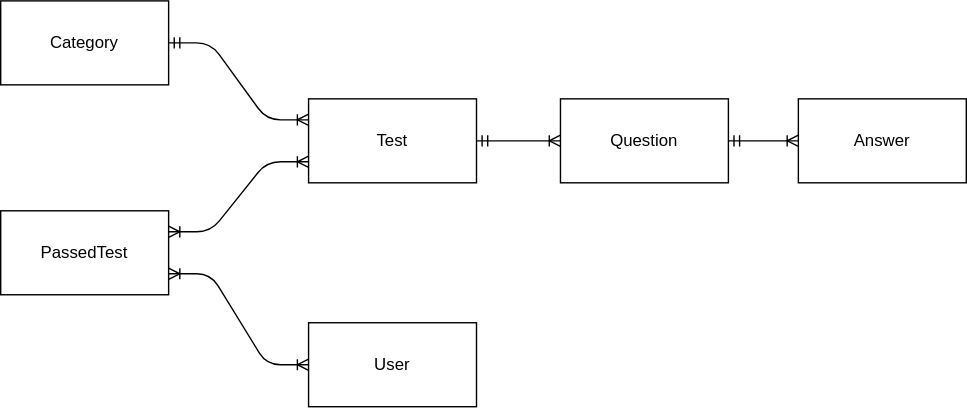
Earlier version of the draw.io export img/ER-diagram-test-guru.svg (kopo4eweb/media-for-wiki). Source tidied: cells renumbered, new cells last; positions are measured from the earlier drawing's top-left corner, leaving out a move shared by most shapes. Its diagram source:
```xml
<mxGraphModel>
  <root>
    <mxCell id="0" />
    <mxCell id="1" parent="0" />
    <mxCell id="2" value="Category" style="rounded=0;whiteSpace=wrap;html=1;" parent="1" vertex="1">
      <mxGeometry width="120" height="60" as="geometry" />
    </mxCell>
    <mxCell id="3" value="Answer" style="rounded=0;whiteSpace=wrap;html=1;" parent="1" vertex="1">
      <mxGeometry x="570" y="70" width="120" height="60" as="geometry" />
    </mxCell>
    <mxCell id="4" value="Test" style="rounded=0;whiteSpace=wrap;html=1;" parent="1" vertex="1">
      <mxGeometry x="220" y="70" width="120" height="60" as="geometry" />
    </mxCell>
    <mxCell id="5" value="User" style="rounded=0;whiteSpace=wrap;html=1;" parent="1" vertex="1">
      <mxGeometry x="220" y="230" width="120" height="60" as="geometry" />
    </mxCell>
    <mxCell id="6" value="Question" style="rounded=0;whiteSpace=wrap;html=1;" parent="1" vertex="1">
      <mxGeometry x="400" y="70" width="120" height="60" as="geometry" />
    </mxCell>
    <mxCell id="7" value="PassedTest" style="rounded=0;whiteSpace=wrap;html=1;" parent="1" vertex="1">
      <mxGeometry y="150" width="120" height="60" as="geometry" />
    </mxCell>
    <mxCell id="8" style="edgeStyle=entityRelationEdgeStyle;fontSize=12;html=1;endArrow=ERoneToMany;startArrow=ERoneToMany;exitX=1;exitY=0.25;exitDx=0;exitDy=0;entryX=0;entryY=0.75;entryDx=0;entryDy=0;" parent="1" edge="1" source="7" target="4">
      <mxGeometry relative="1" as="geometry" />
    </mxCell>
    <mxCell id="9" style="edgeStyle=entityRelationEdgeStyle;fontSize=12;html=1;endArrow=ERoneToMany;startArrow=ERoneToMany;entryX=0;entryY=0.5;entryDx=0;entryDy=0;exitX=1;exitY=0.75;exitDx=0;exitDy=0;" parent="1" edge="1" source="7" target="5">
      <mxGeometry relative="1" as="geometry" />
    </mxCell>
    <mxCell id="10" style="edgeStyle=entityRelationEdgeStyle;fontSize=12;html=1;endArrow=ERoneToMany;startArrow=ERmandOne;entryX=0;entryY=0.25;entryDx=0;entryDy=0;" parent="1" edge="1" source="2" target="4">
      <mxGeometry relative="1" as="geometry" />
    </mxCell>
    <mxCell id="11" style="edgeStyle=entityRelationEdgeStyle;fontSize=12;html=1;endArrow=ERoneToMany;startArrow=ERmandOne;" parent="1" edge="1" target="6">
      <mxGeometry relative="1" as="geometry">
        <mxPoint x="340" y="100" as="sourcePoint" />
      </mxGeometry>
    </mxCell>
    <mxCell id="12" style="edgeStyle=entityRelationEdgeStyle;fontSize=12;html=1;endArrow=ERoneToMany;startArrow=ERmandOne;entryX=0;entryY=0.5;entryDx=0;entryDy=0;exitX=1;exitY=0.5;exitDx=0;exitDy=0;" parent="1" edge="1" source="6" target="3">
      <mxGeometry relative="1" as="geometry" />
    </mxCell>
  </root>
</mxGraphModel>
```
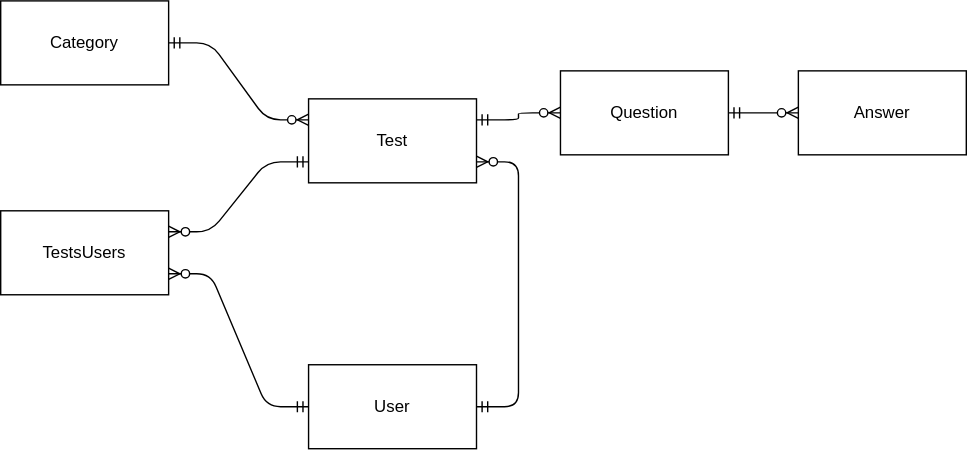
Later version of the same file.

Commit message:
Upd: ER-diagram

What changed in the source:
```diff
@@ -6,36 +6,37 @@
       <mxGeometry width="120" height="60" as="geometry" />
     </mxCell>
     <mxCell id="3" value="Answer" style="rounded=0;whiteSpace=wrap;html=1;" parent="1" vertex="1">
-      <mxGeometry x="570" y="70" width="120" height="60" as="geometry" />
+      <mxGeometry x="570" y="50" width="120" height="60" as="geometry" />
     </mxCell>
     <mxCell id="4" value="Test" style="rounded=0;whiteSpace=wrap;html=1;" parent="1" vertex="1">
       <mxGeometry x="220" y="70" width="120" height="60" as="geometry" />
     </mxCell>
     <mxCell id="5" value="User" style="rounded=0;whiteSpace=wrap;html=1;" parent="1" vertex="1">
-      <mxGeometry x="220" y="230" width="120" height="60" as="geometry" />
+      <mxGeometry x="220" y="260" width="120" height="60" as="geometry" />
     </mxCell>
     <mxCell id="6" value="Question" style="rounded=0;whiteSpace=wrap;html=1;" parent="1" vertex="1">
-      <mxGeometry x="400" y="70" width="120" height="60" as="geometry" />
+      <mxGeometry x="400" y="50" width="120" height="60" as="geometry" />
     </mxCell>
-    <mxCell id="7" value="PassedTest" style="rounded=0;whiteSpace=wrap;html=1;" parent="1" vertex="1">
+    <mxCell id="7" value="TestsUsers" style="rounded=0;whiteSpace=wrap;html=1;" parent="1" vertex="1">
       <mxGeometry y="150" width="120" height="60" as="geometry" />
     </mxCell>
-    <mxCell id="8" style="edgeStyle=entityRelationEdgeStyle;fontSize=12;html=1;endArrow=ERoneToMany;startArrow=ERoneToMany;exitX=1;exitY=0.25;exitDx=0;exitDy=0;entryX=0;entryY=0.75;entryDx=0;entryDy=0;" parent="1" edge="1" source="7" target="4">
-      <mxGeometry relative="1" as="geometry" />
-    </mxCell>
-    <mxCell id="9" style="edgeStyle=entityRelationEdgeStyle;fontSize=12;html=1;endArrow=ERoneToMany;startArrow=ERoneToMany;entryX=0;entryY=0.5;entryDx=0;entryDy=0;exitX=1;exitY=0.75;exitDx=0;exitDy=0;" parent="1" edge="1" source="7" target="5">
-      <mxGeometry relative="1" as="geometry" />
-    </mxCell>
-    <mxCell id="10" style="edgeStyle=entityRelationEdgeStyle;fontSize=12;html=1;endArrow=ERoneToMany;startArrow=ERmandOne;entryX=0;entryY=0.25;entryDx=0;entryDy=0;" parent="1" edge="1" source="2" target="4">
+    <mxCell id="10" style="edgeStyle=entityRelationEdgeStyle;fontSize=12;html=1;endArrow=ERzeroToMany;startArrow=ERmandOne;exitX=1;exitY=0.5;exitDx=0;exitDy=0;entryX=0;entryY=0.25;entryDx=0;entryDy=0;" parent="1" edge="1" source="2" target="4">
       <mxGeometry relative="1" as="geometry" />
     </mxCell>
-    <mxCell id="11" style="edgeStyle=entityRelationEdgeStyle;fontSize=12;html=1;endArrow=ERoneToMany;startArrow=ERmandOne;" parent="1" edge="1" target="6">
-      <mxGeometry relative="1" as="geometry">
-        <mxPoint x="340" y="100" as="sourcePoint" />
-      </mxGeometry>
-    </mxCell>
+    <mxCell id="13" style="edgeStyle=entityRelationEdgeStyle;fontSize=12;html=1;endArrow=ERzeroToMany;startArrow=ERmandOne;entryX=0;entryY=0.5;entryDx=0;entryDy=0;exitX=1;exitY=0.25;exitDx=0;exitDy=0;" parent="1" edge="1" source="4" target="6">
+      <mxGeometry relative="1" as="geometry" />
+    </mxCell>
-    <mxCell id="12" style="edgeStyle=entityRelationEdgeStyle;fontSize=12;html=1;endArrow=ERoneToMany;startArrow=ERmandOne;entryX=0;entryY=0.5;entryDx=0;entryDy=0;exitX=1;exitY=0.5;exitDx=0;exitDy=0;" parent="1" edge="1" source="6" target="3">
+    <mxCell id="12" style="edgeStyle=entityRelationEdgeStyle;fontSize=12;html=1;endArrow=ERzeroToMany;startArrow=ERmandOne;entryX=0;entryY=0.5;entryDx=0;entryDy=0;exitX=1;exitY=0.5;exitDx=0;exitDy=0;" parent="1" edge="1" source="6" target="3">
       <mxGeometry relative="1" as="geometry" />
     </mxCell>
+    <mxCell id="14" style="edgeStyle=entityRelationEdgeStyle;fontSize=12;html=1;endArrow=ERzeroToMany;startArrow=ERmandOne;entryX=1;entryY=0.75;entryDx=0;entryDy=0;" parent="1" edge="1" source="5" target="4">
+      <mxGeometry relative="1" as="geometry" />
+    </mxCell>
+    <mxCell id="15" style="edgeStyle=entityRelationEdgeStyle;fontSize=12;html=1;endArrow=ERzeroToMany;startArrow=ERmandOne;exitX=0;exitY=0.5;exitDx=0;exitDy=0;entryX=1;entryY=0.75;entryDx=0;entryDy=0;" parent="1" edge="1" source="5" target="7">
+      <mxGeometry relative="1" as="geometry" />
+    </mxCell>
+    <mxCell id="16" style="edgeStyle=entityRelationEdgeStyle;fontSize=12;html=1;endArrow=ERzeroToMany;startArrow=ERmandOne;exitX=0;exitY=0.75;exitDx=0;exitDy=0;entryX=1;entryY=0.25;entryDx=0;entryDy=0;" parent="1" edge="1" source="4" target="7">
+      <mxGeometry relative="1" as="geometry" />
+    </mxCell>
   </root>
 </mxGraphModel>
```
